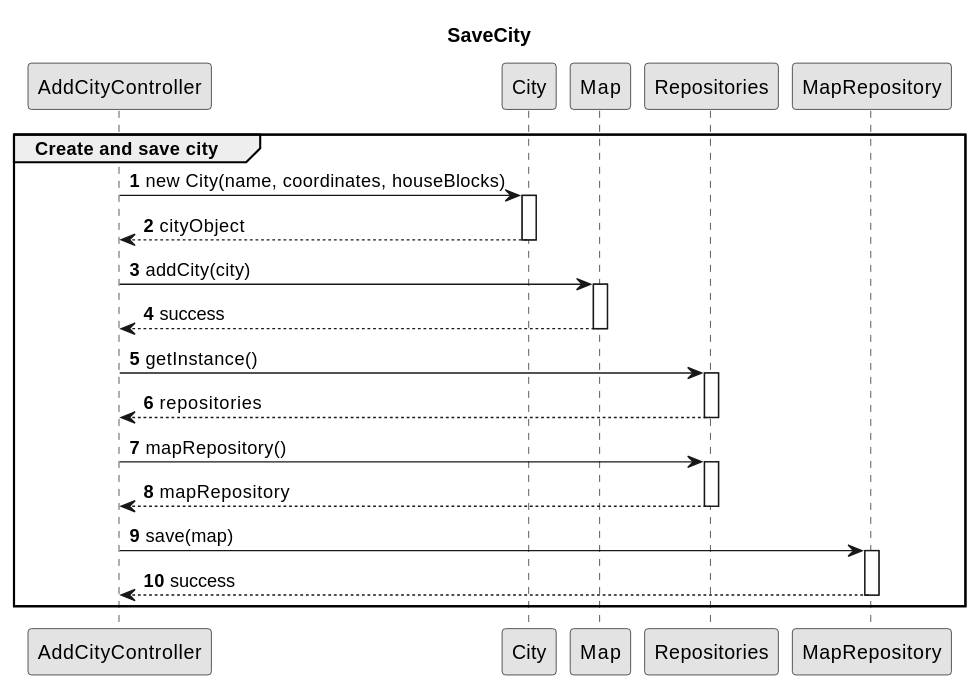
The PlantUML diagram docs/system-documentation/Sprint 2/US03/03.design/svg/US03-SD-save-city.svg in HenriqueSilva18/Railway-Network-Simulator, before a commit. The source it was exported from:
```plantuml
@startuml
skinparam monochrome true
skinparam packageStyle rectangle
skinparam shadowing false
autonumber

title SaveCity

participant AddCityController
participant City
participant Map
participant Repositories
participant MapRepository

group Create and save city

    AddCityController -> City : new City(name, coordinates, houseBlocks)
    activate City
    City --> AddCityController : cityObject
    deactivate City

    AddCityController -> Map : addCity(city)
    activate Map
    Map --> AddCityController : success
    deactivate Map

    AddCityController -> Repositories : getInstance()
    activate Repositories
    Repositories --> AddCityController : repositories
    deactivate Repositories

    AddCityController -> Repositories : mapRepository()
    activate Repositories
    Repositories --> AddCityController : mapRepository
    deactivate Repositories

    AddCityController -> MapRepository : save(map)
    activate MapRepository
    MapRepository --> AddCityController : success
    deactivate MapRepository

end group
@enduml
```
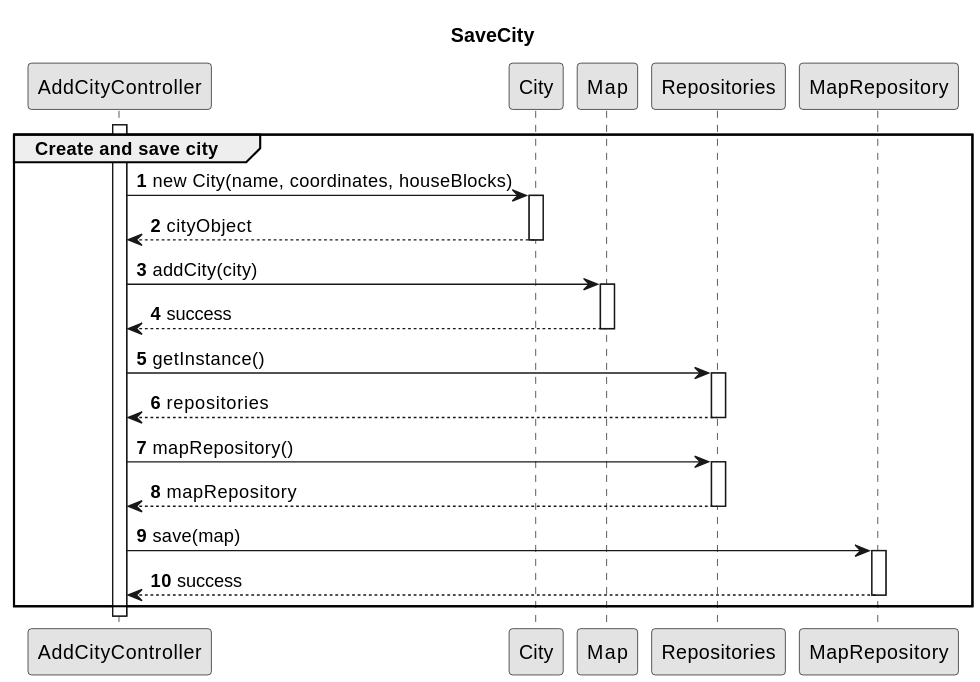
After the change.

Change to the diagram source:
```diff
@@ -13,6 +13,8 @@
 participant MapRepository
 
 group Create and save city
+
+activate AddCityController
 
     AddCityController -> City : new City(name, coordinates, houseBlocks)
     activate City
@@ -40,4 +42,5 @@
     deactivate MapRepository
 
 end group
+deactivate AddCityController
 @enduml
```
